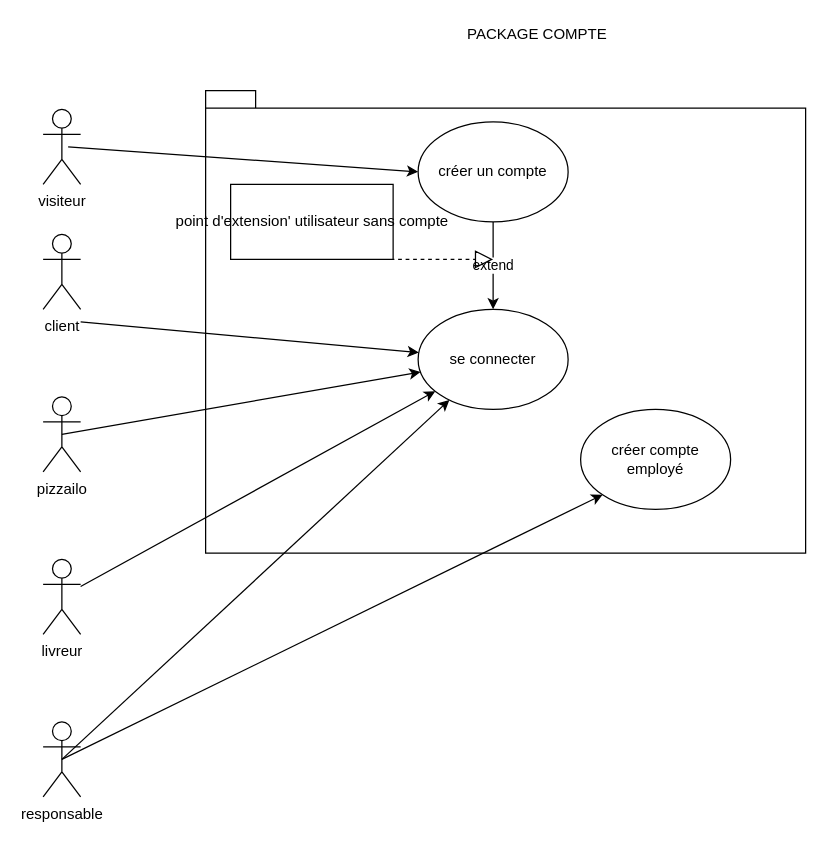
Earlier version of the draw.io diagram page "package compte" (3 of 7) of diagrammes réunis.drawio (robindauteuil/Diagramme_UML). Source tidied: cells renumbered, new cells numbered last; positions are measured from the earlier drawing's top-left corner, leaving out a move shared by most shapes. Both pictures are drawn from the tidied source at 125%, with x=0, y=0 at pixel (42, 21).
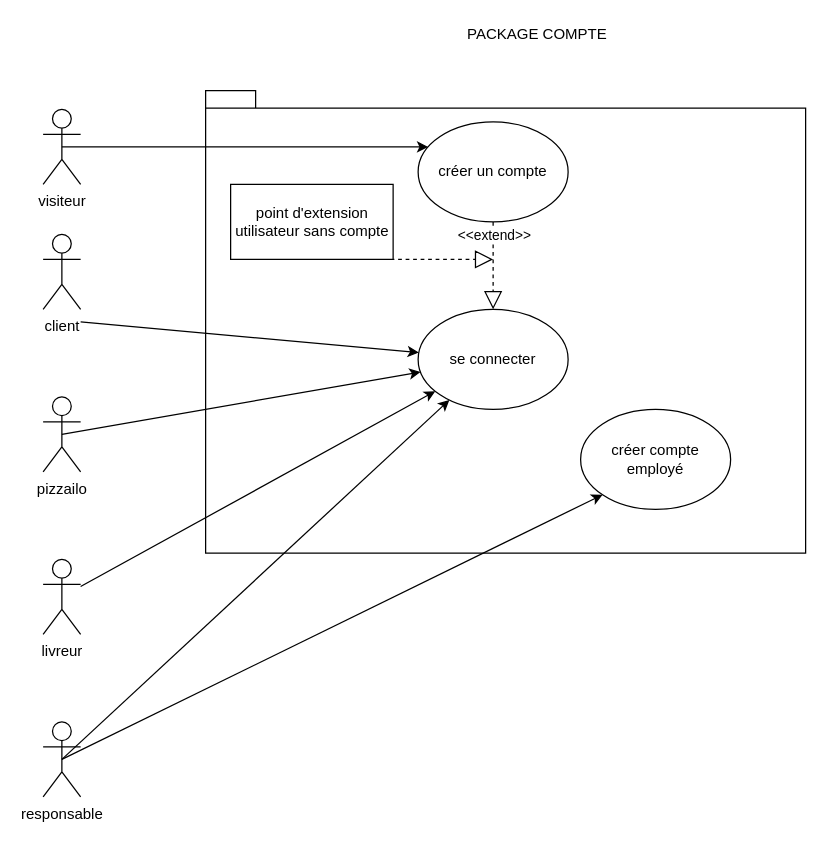
After the change.

Unchanged cells that the change refers to:
```xml
<mxCell id="6" value="visiteur" style="shape=umlActor;verticalLabelPosition=bottom;verticalAlign=top;html=1;outlineConnect=0;" parent="1" vertex="1">
  <mxGeometry y="70" width="30" height="60" as="geometry" />
</mxCell>
<mxCell id="8" value="créer un compte" style="ellipse;whiteSpace=wrap;html=1;" parent="1" vertex="1">
  <mxGeometry x="300" y="80" width="120" height="80" as="geometry" />
</mxCell>
<mxCell id="9" value="se connecter" style="ellipse;whiteSpace=wrap;html=1;" parent="1" vertex="1">
  <mxGeometry x="300" y="230" width="120" height="80" as="geometry" />
</mxCell>
```

The edit, as a diff of the source:
```diff
@@
+    <mxCell id="21" style="edgeStyle=orthogonalEdgeStyle;rounded=0;jettySize=auto;html=1;exitX=0.5;exitY=0.5;exitDx=0;exitDy=0;exitPerimeter=0;entryX=0.067;entryY=0.25;entryDx=0;entryDy=0;entryPerimeter=0;" parent="1" edge="1" source="6" target="8">
+      <mxGeometry relative="1" as="geometry" />
+    </mxCell>
@@
-    <mxCell id="7" value="extend" style="edgeStyle=orthogonalEdgeStyle;rounded=0;jettySize=auto;html=1;exitX=0.5;exitY=1;exitDx=0;exitDy=0;entryX=0.5;entryY=0;entryDx=0;entryDy=0;" parent="1" edge="1" source="8" target="9">
-      <mxGeometry relative="1" as="geometry">
-        <Array as="points">
-          <mxPoint x="360" y="190" />
-          <mxPoint x="360" y="190" />
-        </Array>
-      </mxGeometry>
-    </mxCell>
@@
-    <mxCell id="16" style="endArrow=classic;html=1;entryX=0;entryY=0.5;entryDx=0;entryDy=0;" parent="1" edge="1" target="8">
-      <mxGeometry relative="1" as="geometry">
-        <mxPoint x="20" y="100" as="sourcePoint" />
-      </mxGeometry>
-    </mxCell>
@@
-    <mxCell id="18" value="point d'extension' utilisateur sans compte" style="html=1;" parent="1" vertex="1">
+    <mxCell id="18" value="point d'extension &lt;br&gt;utilisateur&amp;nbsp;sans compte" style="html=1;" parent="1" vertex="1">
       <mxGeometry x="150" y="130" width="130" height="60" as="geometry" />
     </mxCell>
@@
+    <mxCell id="7" style="endArrow=block;dashed=1;endFill=0;endSize=12;html=1;exitX=0.5;exitY=1;exitDx=0;exitDy=0;" parent="1" edge="1" source="8" target="9">
+      <mxGeometry relative="1" as="geometry" />
+    </mxCell>
+    <mxCell id="22" value="&amp;lt;&amp;lt;extend&amp;gt;&amp;gt;" style="edgeLabel;html=1;align=center;verticalAlign=middle;" parent="7" vertex="1">
+      <mxGeometry x="-0.4" relative="1" as="geometry">
+        <mxPoint y="-11" as="offset" />
+      </mxGeometry>
+    </mxCell>
```
